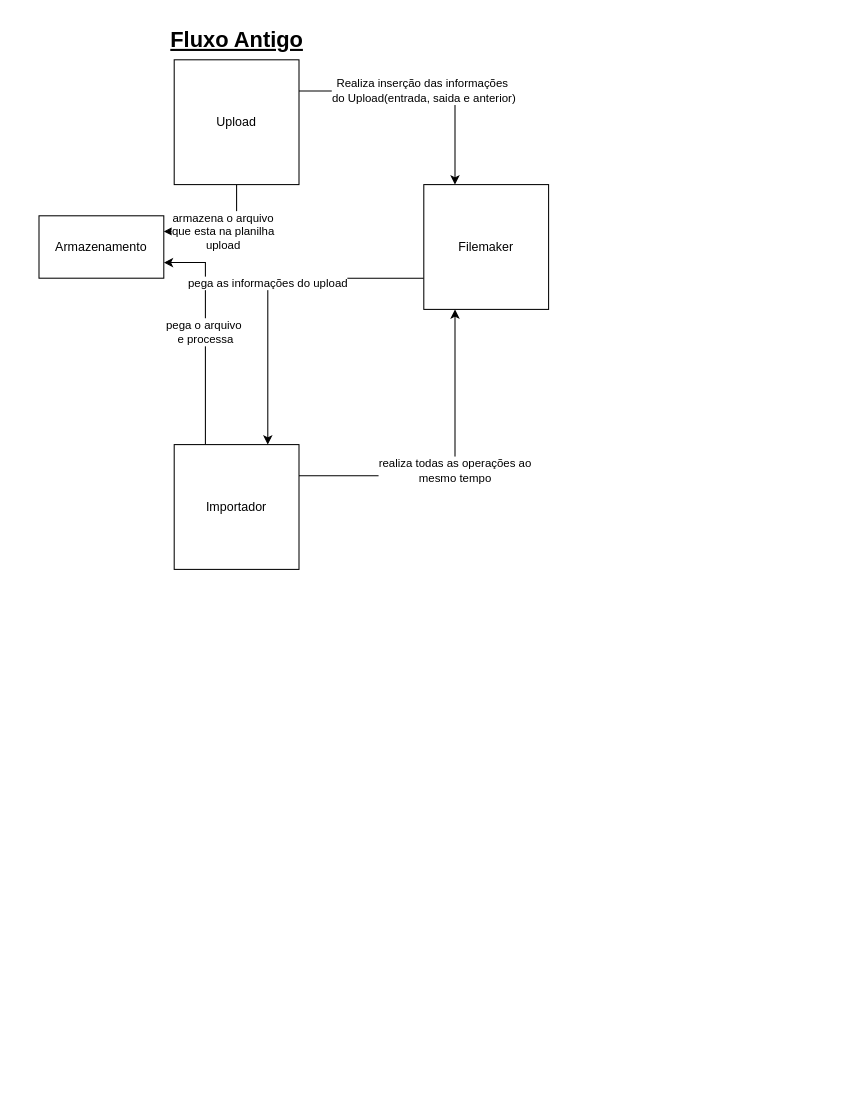
ArturArtimonte/diagrans keeps this draw.io diagram as NovoFluxoImportador.drawio. Above is the earlier version. Source tidied: cells renumbered, new cells numbered last; positions are measured from the earlier drawing's top-left corner, leaving out a move shared by most shapes. Both pictures are drawn from the tidied source at 104%, with x=0, y=0 at pixel (38, 18).
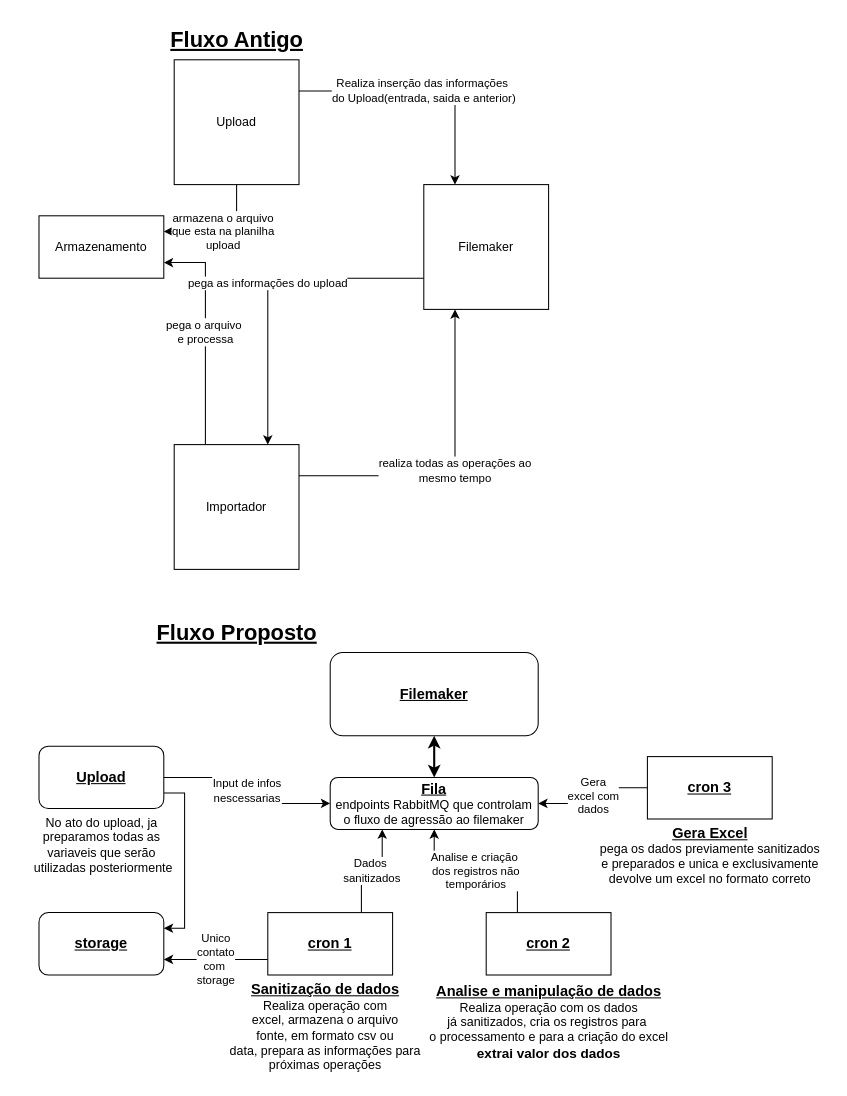
The same page after the edit.

What changed in the source:
```diff
@@
+    <mxCell id="12" value="Fluxo Proposto" style="text;html=1;align=center;verticalAlign=middle;strokeColor=none;fillColor=none;fontStyle=5;fontSize=21;" parent="1" vertex="1">
+      <mxGeometry x="100" y="570" width="180" height="40" as="geometry" />
+    </mxCell>
+    <mxCell id="13" style="edgeStyle=orthogonalEdgeStyle;rounded=0;jettySize=auto;html=1;exitX=1;exitY=0.75;exitDx=0;exitDy=0;entryX=1;entryY=0.25;entryDx=0;entryDy=0;" parent="1" edge="1" source="15" target="17">
+      <mxGeometry relative="1" as="geometry" />
+    </mxCell>
+    <mxCell id="14" value="Input de infos&lt;br&gt;nescessarias" style="edgeStyle=orthogonalEdgeStyle;rounded=0;jettySize=auto;html=1;exitX=1;exitY=0.5;exitDx=0;exitDy=0;entryX=0;entryY=0.5;entryDx=0;entryDy=0;" parent="1" edge="1" source="15" target="19">
+      <mxGeometry relative="1" as="geometry" />
+    </mxCell>
+    <mxCell id="15" value="&lt;b&gt;&lt;u&gt;&lt;font style=&quot;font-size: 14px;&quot;&gt;Upload&lt;/font&gt;&lt;/u&gt;&lt;/b&gt;" style="rounded=1;whiteSpace=wrap;html=1;" parent="1" vertex="1">
+      <mxGeometry y="700" width="120" height="60" as="geometry" />
+    </mxCell>
+    <mxCell id="16" value="No ato do upload,&amp;nbsp;ja &lt;br&gt;preparamos todas as &lt;br&gt;variaveis que serão&lt;br&gt;&amp;nbsp;utilizadas posteriormente" style="text;html=1;align=center;verticalAlign=middle;strokeColor=none;fillColor=none;" parent="1" vertex="1">
+      <mxGeometry x="-20" y="760" width="160" height="70" as="geometry" />
+    </mxCell>
+    <mxCell id="17" value="&lt;font style=&quot;font-size: 14px;&quot;&gt;&lt;b&gt;&lt;u&gt;storage&lt;/u&gt;&lt;/b&gt;&lt;/font&gt;" style="rounded=1;whiteSpace=wrap;html=1;" parent="1" vertex="1">
+      <mxGeometry y="860" width="120" height="60" as="geometry" />
+    </mxCell>
+    <mxCell id="18" style="edgeStyle=orthogonalEdgeStyle;rounded=0;jettySize=auto;html=1;exitX=0.5;exitY=0;exitDx=0;exitDy=0;entryX=0.5;entryY=1;entryDx=0;entryDy=0;startArrow=classic;startFill=1;strokeWidth=2;" parent="1" edge="1" source="19" target="30">
+      <mxGeometry relative="1" as="geometry" />
+    </mxCell>
+    <mxCell id="19" value="&lt;b&gt;&lt;u&gt;&lt;font style=&quot;font-size: 14px;&quot;&gt;Fila&lt;/font&gt;&lt;/u&gt;&lt;/b&gt;&lt;br&gt;endpoints RabbitMQ que controlam o fluxo de agressão ao filemaker" style="rounded=1;whiteSpace=wrap;html=1;" parent="1" vertex="1">
+      <mxGeometry x="280" y="730" width="200" height="50" as="geometry" />
+    </mxCell>
+    <mxCell id="20" value="Unico&lt;br&gt;contato&lt;br&gt;com&amp;nbsp;&lt;br&gt;storage" style="edgeStyle=orthogonalEdgeStyle;rounded=0;jettySize=auto;html=1;exitX=0;exitY=0.75;exitDx=0;exitDy=0;entryX=1;entryY=0.75;entryDx=0;entryDy=0;" parent="1" edge="1" source="22" target="17">
+      <mxGeometry relative="1" as="geometry" />
+    </mxCell>
+    <mxCell id="21" value="Dados&amp;nbsp;&lt;br&gt;sanitizados" style="edgeStyle=orthogonalEdgeStyle;rounded=0;jettySize=auto;html=1;exitX=0.75;exitY=0;exitDx=0;exitDy=0;entryX=0.25;entryY=1;entryDx=0;entryDy=0;" parent="1" edge="1" source="22" target="19">
+      <mxGeometry relative="1" as="geometry" />
+    </mxCell>
+    <mxCell id="22" value="&lt;font style=&quot;font-size: 14px;&quot;&gt;&lt;b&gt;&lt;u&gt;cron 1&lt;/u&gt;&lt;/b&gt;&lt;/font&gt;" style="rounded=0;whiteSpace=wrap;html=1;" parent="1" vertex="1">
+      <mxGeometry x="220" y="860" width="120" height="60" as="geometry" />
+    </mxCell>
+    <mxCell id="23" value="Analise e criação&amp;nbsp;&lt;br&gt;dos registros não&lt;br&gt;temporários" style="edgeStyle=orthogonalEdgeStyle;rounded=0;jettySize=auto;html=1;exitX=0.25;exitY=0;exitDx=0;exitDy=0;entryX=0.5;entryY=1;entryDx=0;entryDy=0;" parent="1" edge="1" source="24" target="19">
+      <mxGeometry relative="1" as="geometry" />
+    </mxCell>
+    <mxCell id="24" value="&lt;font style=&quot;font-size: 14px;&quot;&gt;&lt;b&gt;&lt;u&gt;cron 2&lt;/u&gt;&lt;/b&gt;&lt;/font&gt;" style="rounded=0;whiteSpace=wrap;html=1;" parent="1" vertex="1">
+      <mxGeometry x="430" y="860" width="120" height="60" as="geometry" />
+    </mxCell>
+    <mxCell id="25" value="&lt;b&gt;&lt;u&gt;&lt;font style=&quot;font-size: 14px;&quot;&gt;Sanitização de dados&lt;/font&gt;&lt;/u&gt;&lt;/b&gt;&lt;br&gt;Realiza operação com&lt;br&gt;excel, armazena o arquivo&lt;br&gt;fonte, em formato csv ou&lt;br&gt;data, prepara as informações para&lt;br&gt;próximas operações" style="text;html=1;align=center;verticalAlign=middle;strokeColor=none;fillColor=none;" parent="1" vertex="1">
+      <mxGeometry x="170" y="920" width="210" height="100" as="geometry" />
+    </mxCell>
+    <mxCell id="26" value="Gera&lt;br&gt;excel com&lt;br&gt;dados" style="edgeStyle=orthogonalEdgeStyle;rounded=0;jettySize=auto;html=1;exitX=0;exitY=0.5;exitDx=0;exitDy=0;entryX=1;entryY=0.5;entryDx=0;entryDy=0;" parent="1" edge="1" source="27" target="19">
+      <mxGeometry relative="1" as="geometry" />
+    </mxCell>
+    <mxCell id="27" value="&lt;font style=&quot;font-size: 14px;&quot;&gt;&lt;b&gt;&lt;u&gt;cron 3&lt;/u&gt;&lt;/b&gt;&lt;/font&gt;" style="rounded=0;whiteSpace=wrap;html=1;" parent="1" vertex="1">
+      <mxGeometry x="585" y="710" width="120" height="60" as="geometry" />
+    </mxCell>
+    <mxCell id="28" value="&lt;b&gt;&lt;u&gt;&lt;font style=&quot;font-size: 14px;&quot;&gt;Analise e manipulação de dados&lt;/font&gt;&lt;/u&gt;&lt;/b&gt;&lt;br&gt;Realiza operação com os dados&lt;br&gt;já sanitizados, cria os registros para&amp;nbsp;&lt;br&gt;o processamento e para a criação do excel&lt;br&gt;&lt;b&gt;&lt;font style=&quot;font-size: 13px;&quot;&gt;extrai valor dos dados&lt;/font&gt;&lt;/b&gt;" style="text;html=1;align=center;verticalAlign=middle;strokeColor=none;fillColor=none;" parent="1" vertex="1">
+      <mxGeometry x="365" y="920" width="250" height="90" as="geometry" />
+    </mxCell>
+    <mxCell id="29" value="&lt;b&gt;&lt;u&gt;&lt;font style=&quot;font-size: 14px;&quot;&gt;Gera Excel&lt;/font&gt;&lt;/u&gt;&lt;/b&gt;&lt;br&gt;pega os dados previamente sanitizados&lt;br&gt;e preparados e unica e exclusivamente&lt;br&gt;devolve um excel no formato correto" style="text;html=1;align=center;verticalAlign=middle;strokeColor=none;fillColor=none;" parent="1" vertex="1">
+      <mxGeometry x="530" y="770" width="230" height="70" as="geometry" />
+    </mxCell>
+    <mxCell id="30" value="&lt;b&gt;&lt;u&gt;&lt;font style=&quot;font-size: 14px;&quot;&gt;Filemaker&lt;/font&gt;&lt;/u&gt;&lt;/b&gt;" style="rounded=1;whiteSpace=wrap;html=1;" parent="1" vertex="1">
+      <mxGeometry x="280" y="610" width="200" height="80" as="geometry" />
+    </mxCell>
```
